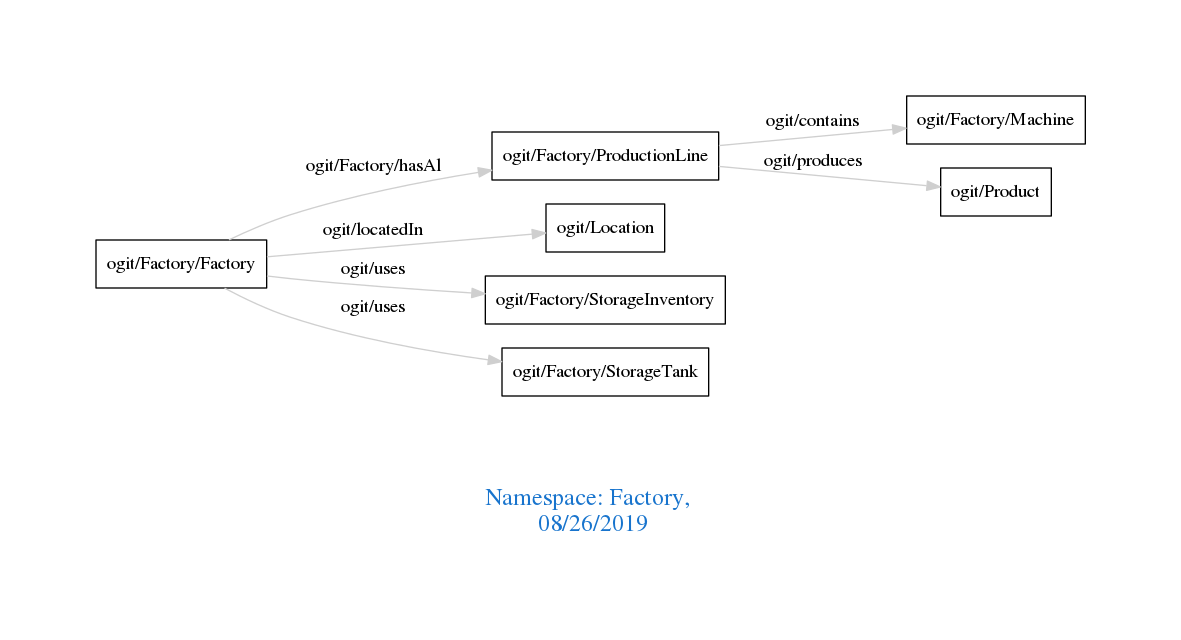
arago/OGIT keeps this Graphviz diagram as downloads/Factory.png. Above is the earlier version. Its source is kept beside it as downloads/Factory.dot.
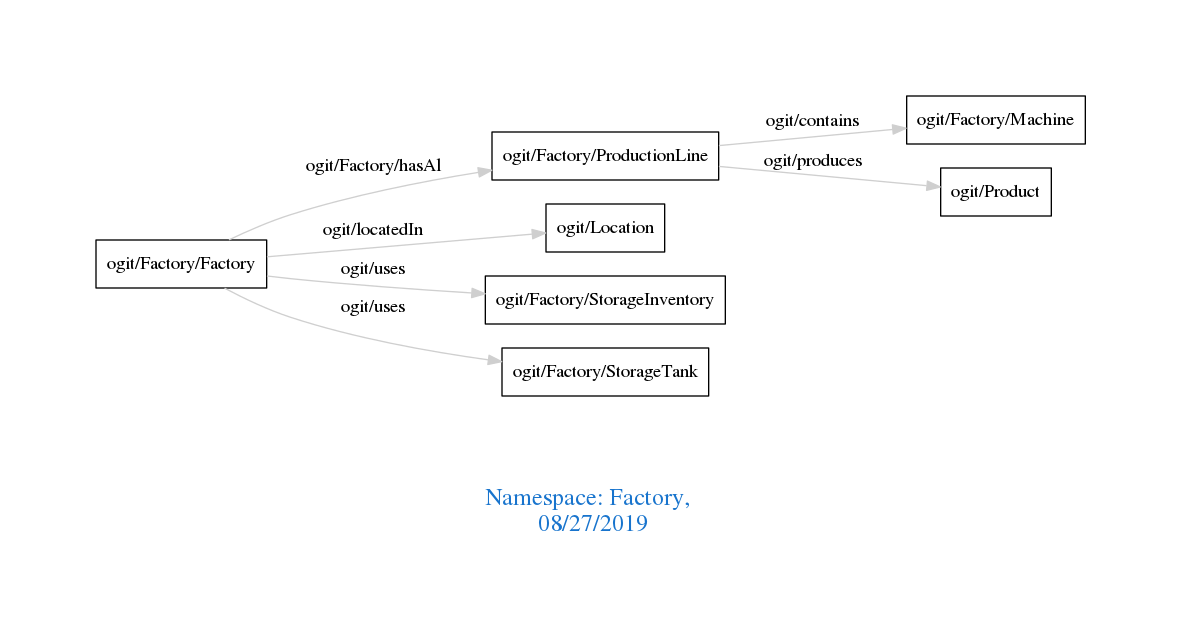
Later version of the same file.

The edit, as a diff of the source:
```diff
@@ -1,7 +1,7 @@
 digraph OGIT_ontology {
  graph [ rankdir= LR,pad=1
 fontsize = 18,
-fontcolor= dodgerblue3,label = "\n\n\nNamespace: Factory, \n 08/26/2019"];
+fontcolor= dodgerblue3,label = "\n\n\nNamespace: Factory, \n 08/27/2019"];
 node[shape=polygon];
 edge [  color="gray81"];
 
```
